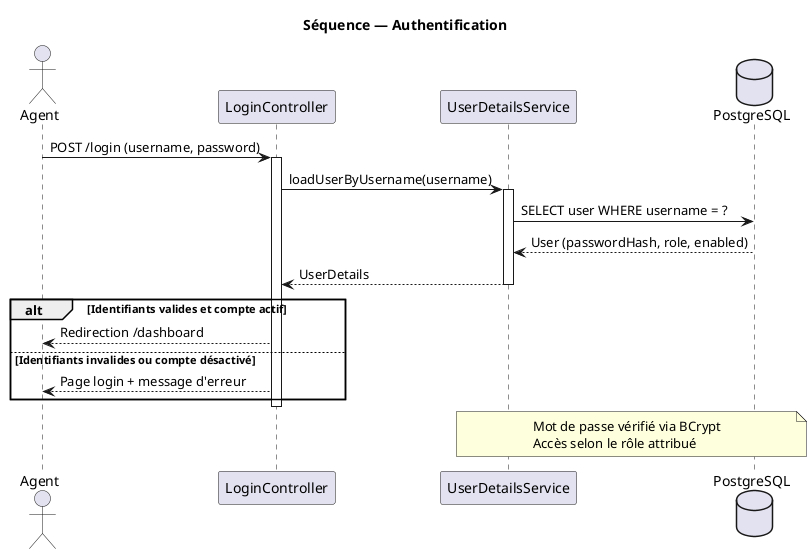
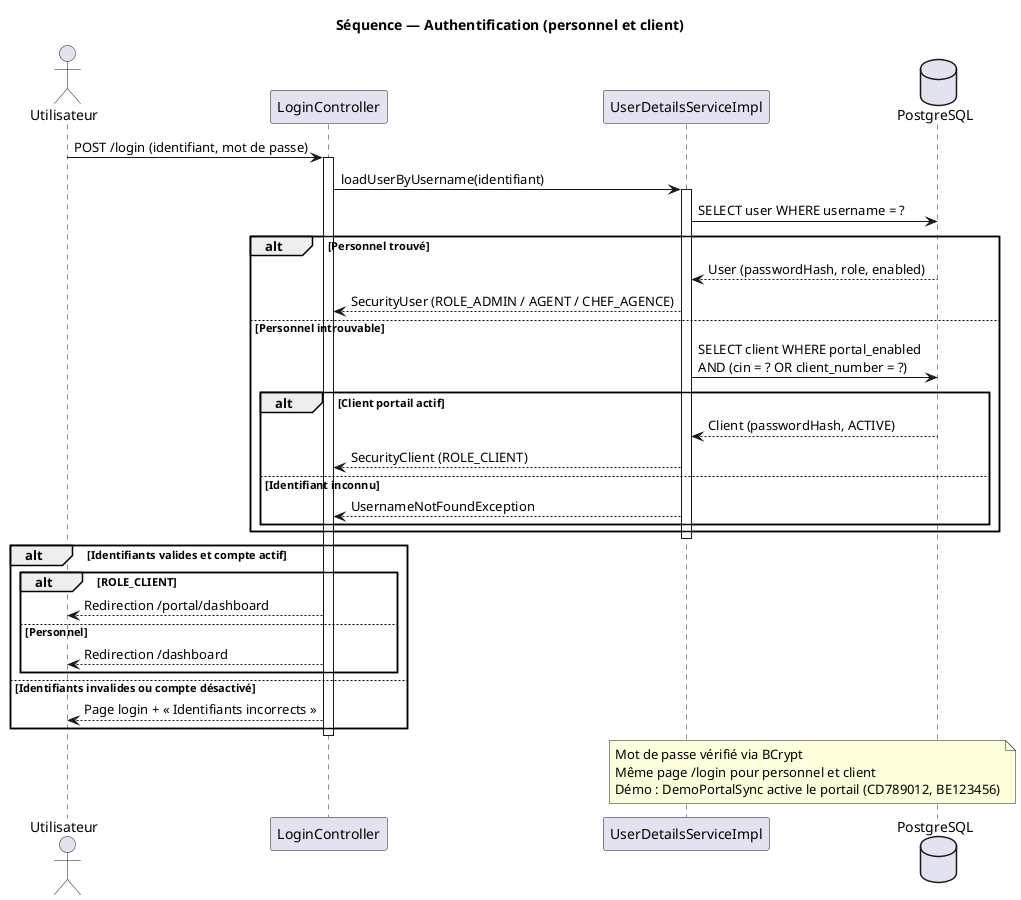
@startuml 01-authentification
skinparam shadowing false
skinparam responseMessageBelowArrow true

- title Séquence — Authentification
+ title Séquence — Authentification (personnel et client)

- actor Agent
+ actor Utilisateur as U
participant "LoginController" as C
- participant "UserDetailsService" as S
+ participant "UserDetailsServiceImpl" as S
database "PostgreSQL" as DB

- Agent -> C : POST /login (username, password)
+ U -> C : POST /login (identifiant, mot de passe)
activate C
- C -> S : loadUserByUsername(username)
+ C -> S : loadUserByUsername(identifiant)
activate S
+ 
S -> DB : SELECT user WHERE username = ?
- DB --> S : User (passwordHash, role, enabled)
- S --> C : UserDetails
+ alt Personnel trouvé
+   DB --> S : User (passwordHash, role, enabled)
+   S --> C : SecurityUser (ROLE_ADMIN / AGENT / CHEF_AGENCE)
+ else Personnel introuvable
+   S -> DB : SELECT client WHERE portal_enabled\nAND (cin = ? OR client_number = ?)
+   alt Client portail actif
+     DB --> S : Client (passwordHash, ACTIVE)
+     S --> C : SecurityClient (ROLE_CLIENT)
+   else Identifiant inconnu
+     S --> C : UsernameNotFoundException
+   end
+ end
deactivate S

alt Identifiants valides et compte actif
-   C --> Agent : Redirection /dashboard
+   alt ROLE_CLIENT
+     C --> U : Redirection /portal/dashboard
+   else Personnel
+     C --> U : Redirection /dashboard
+   end
else Identifiants invalides ou compte désactivé
-   C --> Agent : Page login + message d'erreur
+   C --> U : Page login + « Identifiants incorrects »
end
deactivate C

note over S, DB
  Mot de passe vérifié via BCrypt
-   Accès selon le rôle attribué
+   Même page /login pour personnel et client
+   Démo : DemoPortalSync active le portail (CD789012, BE123456)
end note

@enduml
